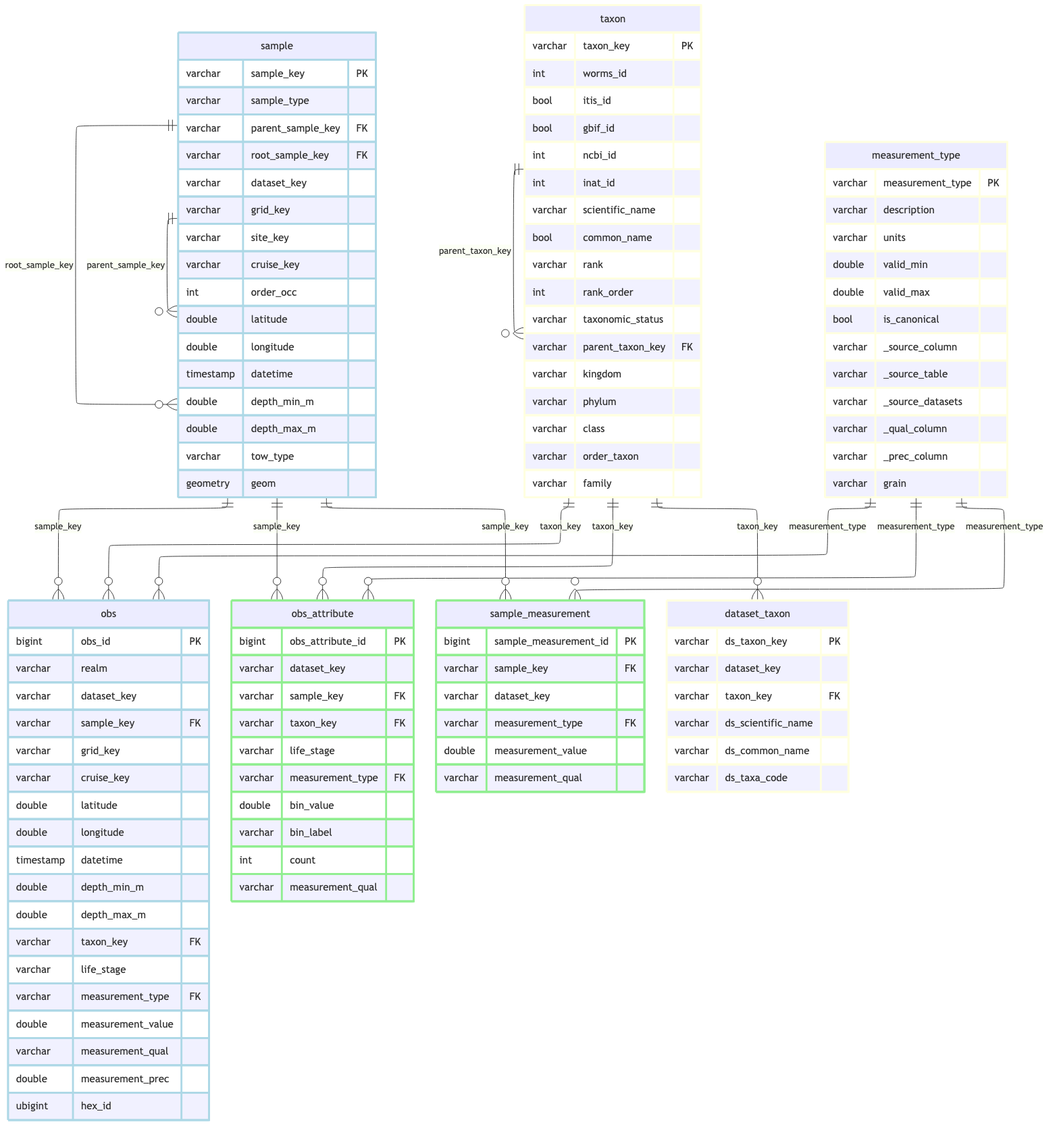
Earlier version of the Mermaid export _output/ingest_cdfw_dungeness-crab_files/figure-html/schema-core-1.png (CalCOFI/workflows). Its source is kept beside it as _output/ingest_cdfw_dungeness-crab_files/figure-html/schema-core-1.mmd.
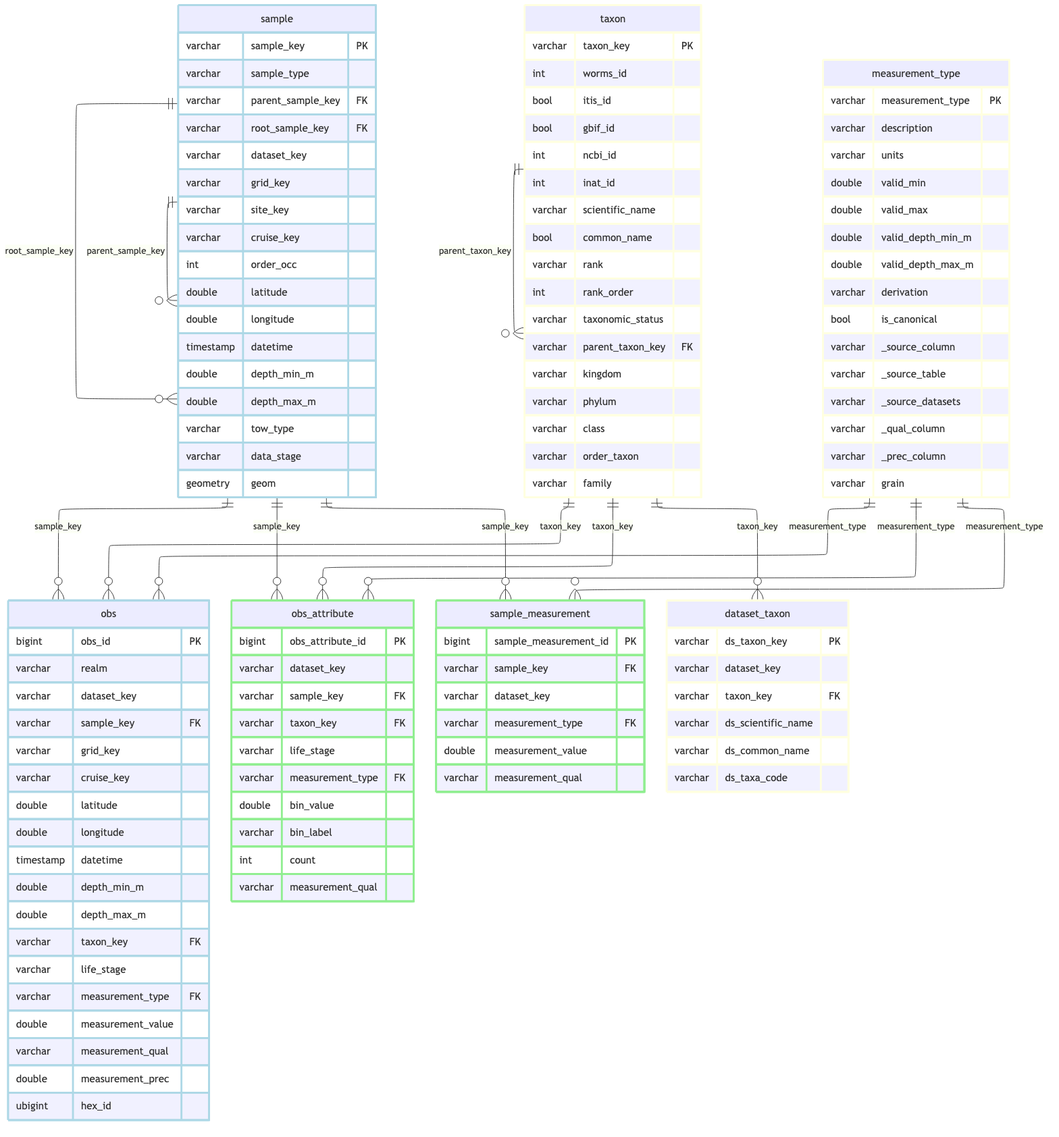
Above is the later version.

The edit, as a diff of the source:
```diff
@@ -19,6 +19,7 @@
         double depth_min_m
         double depth_max_m
         varchar tow_type
+        varchar data_stage
         geometry geom
     }
     obs {
@@ -94,6 +95,9 @@
         varchar units
         double valid_min
         double valid_max
+        double valid_depth_min_m
+        double valid_depth_max_m
+        varchar derivation
         bool is_canonical
         varchar _source_column
         varchar _source_table
```
